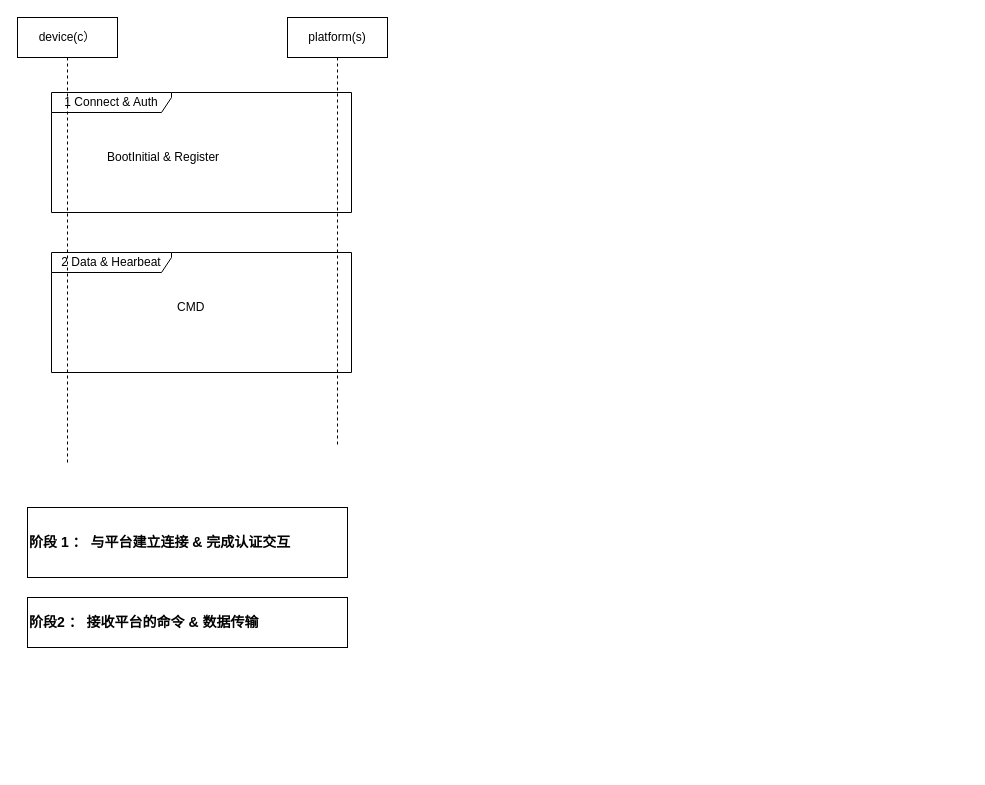
Earlier version of the draw.io diagram page "sequence" (1 of 3) of gw-mtk/mobile_manager.drawio (waterwatermelon/graph). Source tidied: cells renumbered, new cells numbered last; positions are measured from the earlier drawing's top-left corner, leaving out a move shared by most shapes. Both pictures are drawn from the tidied source at 100%, with x=0, y=0 at pixel (17, 17).
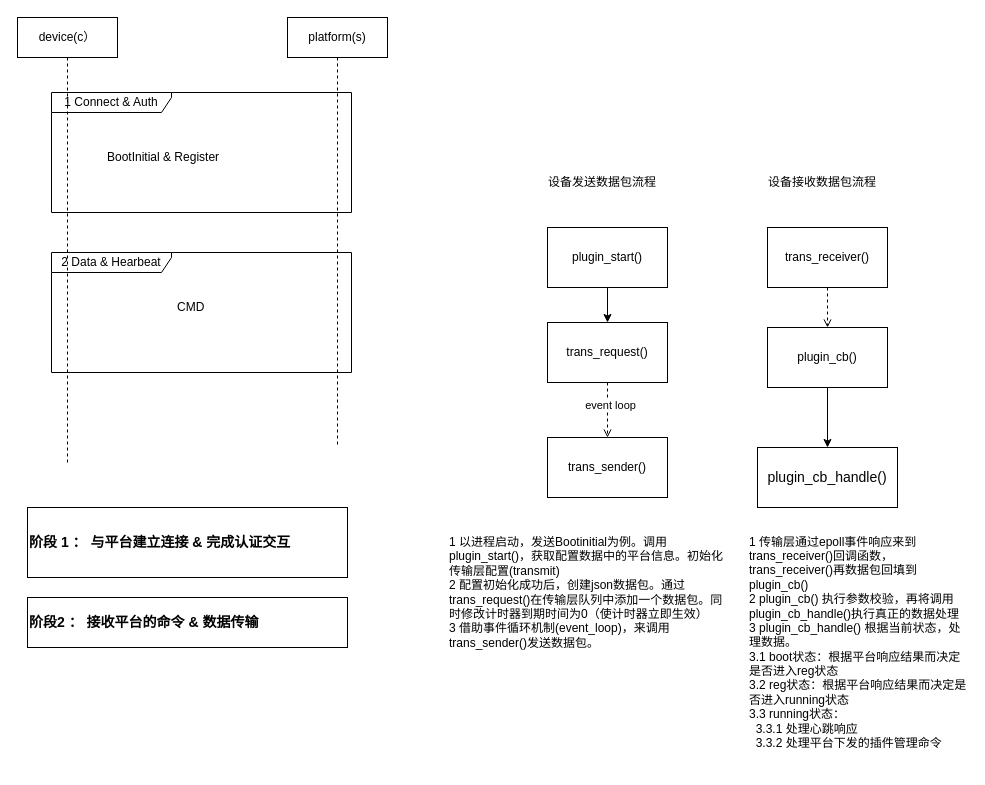
The same diagram, later.

Change to the diagram source:
```diff
@@
+    <mxCell id="12" style="edgeStyle=orthogonalEdgeStyle;rounded=0;jettySize=auto;html=1;exitX=0.5;exitY=1;exitDx=0;exitDy=0;entryX=0.5;entryY=0;entryDx=0;entryDy=0;" parent="1" edge="1" source="13" target="16">
+      <mxGeometry relative="1" as="geometry" />
+    </mxCell>
+    <mxCell id="13" value="plugin_start()" style="rounded=0;whiteSpace=wrap;html=1;" parent="1" vertex="1">
+      <mxGeometry x="530" y="210" width="120" height="60" as="geometry" />
+    </mxCell>
+    <mxCell id="14" style="edgeStyle=orthogonalEdgeStyle;rounded=0;jettySize=auto;html=1;exitX=0.5;exitY=1;exitDx=0;exitDy=0;entryX=0.5;entryY=0;entryDx=0;entryDy=0;dashed=1;endArrow=open;endFill=0;" parent="1" edge="1" source="16" target="17">
+      <mxGeometry relative="1" as="geometry" />
+    </mxCell>
+    <mxCell id="15" value="event loop" style="edgeLabel;html=1;align=center;verticalAlign=middle;" parent="14" vertex="1">
+      <mxGeometry x="-0.2" y="2" relative="1" as="geometry" />
+    </mxCell>
+    <mxCell id="16" value="trans_request()" style="rounded=0;whiteSpace=wrap;html=1;" parent="1" vertex="1">
+      <mxGeometry x="530" y="305" width="120" height="60" as="geometry" />
+    </mxCell>
+    <mxCell id="17" value="trans_sender()" style="rounded=0;whiteSpace=wrap;html=1;" parent="1" vertex="1">
+      <mxGeometry x="530" y="420" width="120" height="60" as="geometry" />
+    </mxCell>
+    <mxCell id="18" style="edgeStyle=orthogonalEdgeStyle;rounded=0;jettySize=auto;html=1;exitX=0.5;exitY=1;exitDx=0;exitDy=0;entryX=0.5;entryY=0;entryDx=0;entryDy=0;dashed=1;endArrow=open;endFill=0;" parent="1" edge="1" source="19" target="21">
+      <mxGeometry relative="1" as="geometry" />
+    </mxCell>
+    <mxCell id="19" value="trans_receiver()" style="rounded=0;whiteSpace=wrap;html=1;" parent="1" vertex="1">
+      <mxGeometry x="750" y="210" width="120" height="60" as="geometry" />
+    </mxCell>
+    <mxCell id="20" style="edgeStyle=orthogonalEdgeStyle;rounded=0;jettySize=auto;html=1;exitX=0.5;exitY=1;exitDx=0;exitDy=0;entryX=0.5;entryY=0;entryDx=0;entryDy=0;" parent="1" edge="1" source="21" target="22">
+      <mxGeometry relative="1" as="geometry" />
+    </mxCell>
+    <mxCell id="21" value="plugin_cb()" style="rounded=0;whiteSpace=wrap;html=1;" parent="1" vertex="1">
+      <mxGeometry x="750" y="310" width="120" height="60" as="geometry" />
+    </mxCell>
+    <mxCell id="22" value="&lt;div style=&quot;font-size: 14px; line-height: 19px;&quot;&gt;plugin_cb_handle()&lt;/div&gt;" style="rounded=0;whiteSpace=wrap;html=1;" parent="1" vertex="1">
+      <mxGeometry x="740" y="430" width="140" height="60" as="geometry" />
+    </mxCell>
+    <mxCell id="23" value="设备发送数据包流程" style="text;html=1;strokeColor=none;fillColor=none;align=center;verticalAlign=middle;whiteSpace=wrap;rounded=0;" parent="1" vertex="1">
+      <mxGeometry x="530" y="150" width="110" height="30" as="geometry" />
+    </mxCell>
+    <mxCell id="24" value="设备接收数据包流程" style="text;html=1;strokeColor=none;fillColor=none;align=center;verticalAlign=middle;whiteSpace=wrap;rounded=0;" parent="1" vertex="1">
+      <mxGeometry x="740" y="150" width="130" height="30" as="geometry" />
+    </mxCell>
+    <mxCell id="25" value="1 以进程启动，发送Bootinitial为例。调用plugin_start()，获取配置数据中的平台信息。初始化传输层配置(transmit)&lt;br&gt;2 配置初始化成功后，创建json数据包。通过trans_request()在传输层队列中添加一个数据包。同时修改计时器到期时间为0（使计时器立即生效）&lt;br&gt;3 借助事件循环机制(event_loop)，来调用trans_sender()发送数据包。" style="text;html=1;strokeColor=none;fillColor=none;align=left;verticalAlign=middle;whiteSpace=wrap;rounded=0;" parent="1" vertex="1">
+      <mxGeometry x="430" y="500" width="280" height="150" as="geometry" />
+    </mxCell>
+    <mxCell id="26" value="1 传输层通过epoll事件响应来到trans_receiver()回调函数，trans_receiver()再数据包回填到plugin_cb()&lt;br&gt;2 plugin_cb() 执行参数校验，再将调用plugin_cb_handle()执行真正的数据处理&lt;br&gt;3 plugin_cb_handle() 根据当前状态，处理数据。&lt;br&gt;3.1 boot状态：根据平台响应结果而决定是否进入reg状态&lt;br&gt;3.2 reg状态：根据平台响应结果而决定是否进入running状态&lt;br&gt;3.3 running状态：&lt;br&gt;&amp;nbsp; 3.3.1 处理心跳响应&lt;br&gt;&amp;nbsp; 3.3.2 处理平台下发的插件管理命令" style="text;html=1;strokeColor=none;fillColor=none;align=left;verticalAlign=middle;whiteSpace=wrap;rounded=0;" parent="1" vertex="1">
+      <mxGeometry x="730" y="500" width="220" height="250" as="geometry" />
+    </mxCell>
```
